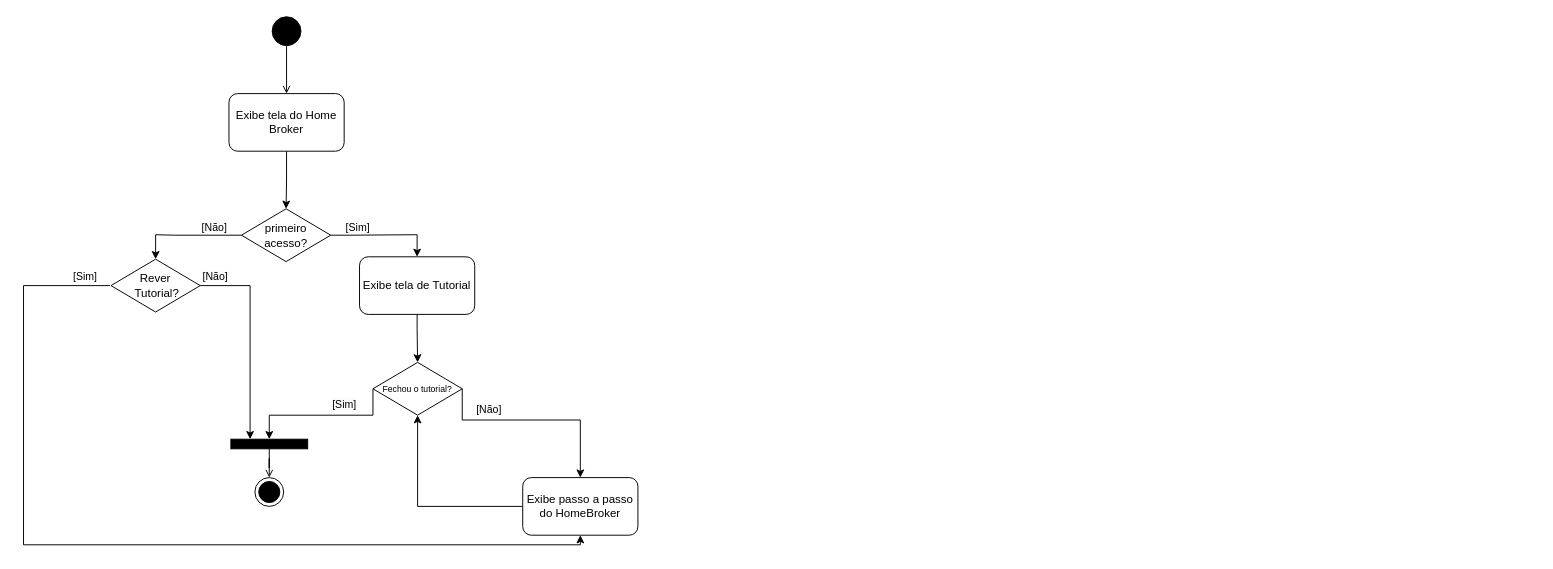
gb-cs-rt/home_broker keeps this draw.io diagram as diagrama_atividades/diagrama_atividades_modulo_tutorial.drawio. Above is the earlier version. Source tidied: cells renumbered, new cells numbered last; positions are measured from the earlier drawing's top-left corner, leaving out a move shared by most shapes. Both pictures are drawn from the tidied source at 96%, with x=0, y=0 at pixel (23, 16).
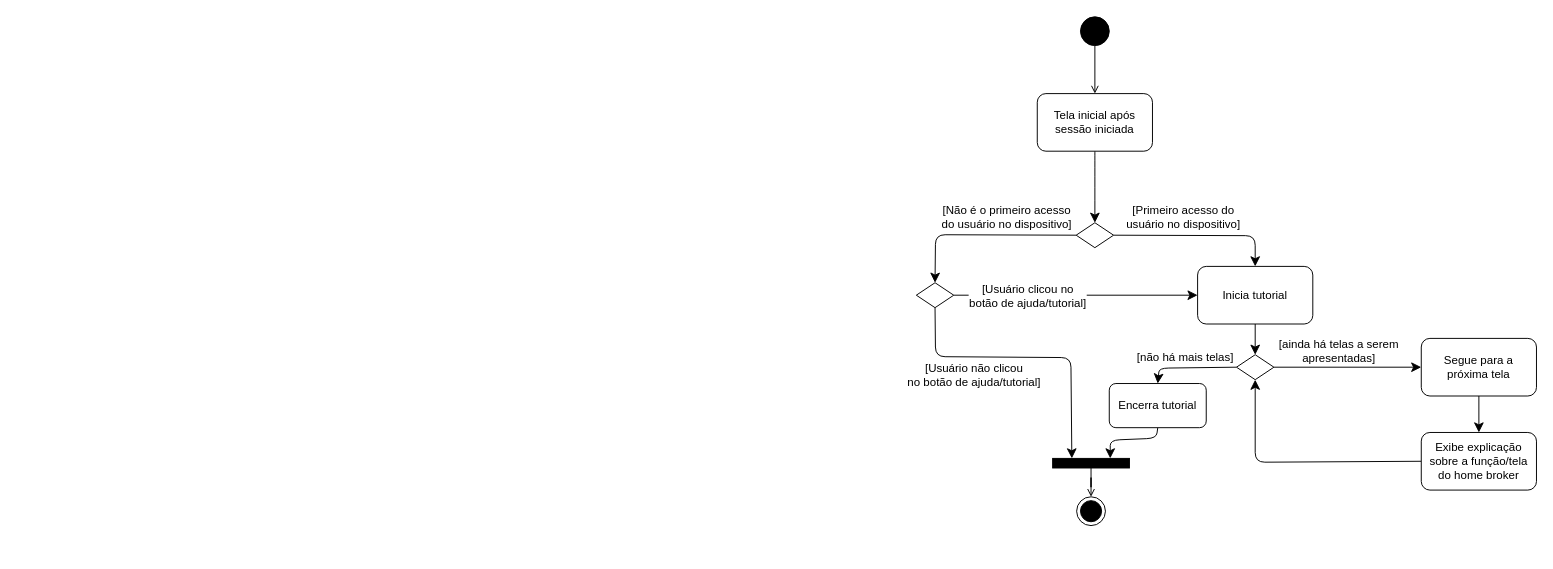
The same page after the edit.

Commit message (it also covers changes not shown here):
diagrama atividades ordem e tutorial atualizados

Change to the diagram source:
```diff
@@
-    <mxCell id="2" style="edgeStyle=orthogonalEdgeStyle;rounded=0;jettySize=auto;html=1;entryX=0.5;entryY=0;entryDx=0;entryDy=0;endArrow=open;endFill=0;" parent="1" edge="1" source="3" target="6">
-      <mxGeometry relative="1" as="geometry" />
-    </mxCell>
-    <mxCell id="3" style="ellipse;whiteSpace=wrap;html=1;fillColor=#000000;" parent="1" vertex="1">
-      <mxGeometry x="259" width="30" height="30" as="geometry" />
-    </mxCell>
-    <mxCell id="4" style="edgeStyle=orthogonalEdgeStyle;rounded=0;jettySize=auto;html=1;exitX=0.5;exitY=1;exitDx=0;exitDy=0;entryX=0.5;entryY=0;entryDx=0;entryDy=0;" parent="1" edge="1" source="7" target="12">
-      <mxGeometry relative="1" as="geometry">
-        <Array as="points">
-          <mxPoint x="410" y="325" />
-        </Array>
-      </mxGeometry>
-    </mxCell>
-    <mxCell id="5" style="edgeStyle=orthogonalEdgeStyle;rounded=0;jettySize=auto;html=1;exitX=0.5;exitY=1;exitDx=0;exitDy=0;entryX=0.5;entryY=0;entryDx=0;entryDy=0;" parent="1" edge="1" source="6" target="14">
-      <mxGeometry relative="1" as="geometry" />
-    </mxCell>
-    <mxCell id="6" value="Exibe tela do Home Broker" style="rounded=1;whiteSpace=wrap;html=1;" parent="1" vertex="1">
-      <mxGeometry x="214" y="80" width="120" height="60" as="geometry" />
-    </mxCell>
-    <mxCell id="7" value="Exibe tela de Tutorial" style="rounded=1;whiteSpace=wrap;html=1;" parent="1" vertex="1">
-      <mxGeometry x="350" y="250" width="120" height="60" as="geometry" />
-    </mxCell>
-    <mxCell id="8" style="edgeStyle=orthogonalEdgeStyle;rounded=0;jettySize=auto;html=1;entryX=0.5;entryY=0;entryDx=0;entryDy=0;endArrow=open;endFill=0;" parent="1" edge="1" source="9" target="10">
-      <mxGeometry relative="1" as="geometry" />
-    </mxCell>
-    <mxCell id="9" style="rounded=0;whiteSpace=wrap;html=1;fillColor=#000000;" parent="1" vertex="1">
-      <mxGeometry x="216" y="440" width="80" height="10" as="geometry" />
-    </mxCell>
-    <mxCell id="10" style="ellipse;html=1;shape=endState;fillColor=#000000;strokeColor=#000000;" parent="1" vertex="1">
-      <mxGeometry x="241" y="480" width="30" height="30" as="geometry" />
-    </mxCell>
-    <mxCell id="11" style="edgeStyle=orthogonalEdgeStyle;rounded=0;jettySize=auto;html=1;exitX=0;exitY=0.5;exitDx=0;exitDy=0;entryX=0.5;entryY=0;entryDx=0;entryDy=0;" parent="1" edge="1" source="12" target="9">
-      <mxGeometry relative="1" as="geometry">
-        <Array as="points">
-          <mxPoint x="364" y="415" />
-          <mxPoint x="256" y="415" />
-        </Array>
-      </mxGeometry>
-    </mxCell>
-    <mxCell id="12" value="&lt;div style=&quot;font-size: 9px;&quot;&gt;Fechou o tutorial?&lt;/div&gt;" style="rhombus;whiteSpace=wrap;html=1;" parent="1" vertex="1">
-      <mxGeometry x="364" y="360" width="93" height="55" as="geometry" />
-    </mxCell>
-    <mxCell id="13" style="edgeStyle=orthogonalEdgeStyle;rounded=0;jettySize=auto;html=1;exitX=1;exitY=0.5;exitDx=0;exitDy=0;entryX=0.5;entryY=0;entryDx=0;entryDy=0;" parent="1" edge="1" source="14" target="7">
-      <mxGeometry relative="1" as="geometry">
-        <Array as="points">
-          <mxPoint x="340" y="227" />
-          <mxPoint x="430" y="227" />
-        </Array>
-      </mxGeometry>
-    </mxCell>
-    <mxCell id="14" value="primeiro acesso?" style="rhombus;whiteSpace=wrap;html=1;" parent="1" vertex="1">
-      <mxGeometry x="227" y="200" width="93" height="55" as="geometry" />
-    </mxCell>
-    <mxCell id="15" value="&lt;span style=&quot;color: rgb(0, 0, 0); font-family: Helvetica; font-size: 11px; font-style: normal; font-variant-ligatures: normal; font-variant-caps: normal; font-weight: 400; letter-spacing: normal; orphans: 2; text-align: center; text-indent: 0px; text-transform: none; widows: 2; word-spacing: 0px; -webkit-text-stroke-width: 0px; white-space: nowrap; background-color: rgb(251, 251, 251); text-decoration-thickness: initial; text-decoration-style: initial; text-decoration-color: initial; display: inline !important; float: none;&quot;&gt;[Sim]&lt;/span&gt;" style="text;whiteSpace=wrap;html=1;" parent="1" vertex="1">
-      <mxGeometry x="334" y="206" width="30" height="20" as="geometry" />
-    </mxCell>
-    <mxCell id="16" style="edgeStyle=orthogonalEdgeStyle;rounded=0;jettySize=auto;html=1;exitX=1;exitY=0.5;exitDx=0;exitDy=0;entryX=0.25;entryY=0;entryDx=0;entryDy=0;" parent="1" edge="1" source="19" target="9">
-      <mxGeometry relative="1" as="geometry" />
-    </mxCell>
-    <mxCell id="17" value="&lt;span style=&quot;color: rgb(0, 0, 0); font-family: Helvetica; font-size: 11px; font-style: normal; font-variant-ligatures: normal; font-variant-caps: normal; font-weight: 400; letter-spacing: normal; orphans: 2; text-align: center; text-indent: 0px; text-transform: none; widows: 2; word-spacing: 0px; -webkit-text-stroke-width: 0px; white-space: nowrap; background-color: rgb(251, 251, 251); text-decoration-thickness: initial; text-decoration-style: initial; text-decoration-color: initial; display: inline !important; float: none;&quot;&gt;[Não]&lt;/span&gt;" style="text;whiteSpace=wrap;html=1;" parent="1" vertex="1">
-      <mxGeometry x="184" y="206" width="30" height="20" as="geometry" />
-    </mxCell>
-    <mxCell id="18" style="edgeStyle=orthogonalEdgeStyle;rounded=0;jettySize=auto;html=1;exitX=0;exitY=0.5;exitDx=0;exitDy=0;entryX=0.5;entryY=0;entryDx=0;entryDy=0;" parent="1" edge="1" source="14" target="19">
-      <mxGeometry relative="1" as="geometry">
-        <Array as="points">
-          <mxPoint x="157" y="227" />
-          <mxPoint x="147" y="227" />
-        </Array>
-      </mxGeometry>
-    </mxCell>
-    <mxCell id="19" value="Rever&lt;div&gt;&amp;nbsp;Tutorial?&lt;/div&gt;" style="rhombus;whiteSpace=wrap;html=1;" parent="1" vertex="1">
-      <mxGeometry x="91.1" y="252.5" width="93" height="55" as="geometry" />
-    </mxCell>
-    <mxCell id="20" value="&lt;span style=&quot;color: rgb(0, 0, 0); font-family: Helvetica; font-size: 11px; font-style: normal; font-variant-ligatures: normal; font-variant-caps: normal; font-weight: 400; letter-spacing: normal; orphans: 2; text-align: center; text-indent: 0px; text-transform: none; widows: 2; word-spacing: 0px; -webkit-text-stroke-width: 0px; white-space: nowrap; background-color: rgb(251, 251, 251); text-decoration-thickness: initial; text-decoration-style: initial; text-decoration-color: initial; display: inline !important; float: none;&quot;&gt;[Não]&lt;/span&gt;" style="text;whiteSpace=wrap;html=1;" parent="1" vertex="1">
-      <mxGeometry x="185" y="257" width="30" height="20" as="geometry" />
-    </mxCell>
-    <mxCell id="21" value="&lt;span style=&quot;font-size: 11px; text-align: center; text-wrap: nowrap;&quot;&gt;[Sim]&lt;/span&gt;" style="text;whiteSpace=wrap;html=1;" parent="1" vertex="1">
-      <mxGeometry x="50" y="257" width="30" height="20" as="geometry" />
-    </mxCell>
-    <mxCell id="22" style="edgeStyle=orthogonalEdgeStyle;rounded=0;jettySize=auto;html=1;entryX=0.5;entryY=1;entryDx=0;entryDy=0;" parent="1" edge="1" target="27">
-      <mxGeometry relative="1" as="geometry">
-        <mxPoint x="90" y="280" as="sourcePoint" />
-        <Array as="points">
-          <mxPoint y="280" />
-          <mxPoint y="550" />
-          <mxPoint x="580" y="550" />
-        </Array>
-      </mxGeometry>
-    </mxCell>
-    <mxCell id="23" value="&lt;span style=&quot;color: rgb(0, 0, 0); font-family: Helvetica; font-size: 11px; font-style: normal; font-variant-ligatures: normal; font-variant-caps: normal; font-weight: 400; letter-spacing: normal; orphans: 2; text-align: center; text-indent: 0px; text-transform: none; widows: 2; word-spacing: 0px; -webkit-text-stroke-width: 0px; white-space: nowrap; background-color: rgb(251, 251, 251); text-decoration-thickness: initial; text-decoration-style: initial; text-decoration-color: initial; display: inline !important; float: none;&quot;&gt;[Sim]&lt;/span&gt;" style="text;whiteSpace=wrap;html=1;" parent="1" vertex="1">
-      <mxGeometry x="319.9" y="390" width="30" height="20" as="geometry" />
-    </mxCell>
-    <mxCell id="24" value="&lt;span style=&quot;color: rgb(0, 0, 0); font-family: Helvetica; font-size: 11px; font-style: normal; font-variant-ligatures: normal; font-variant-caps: normal; font-weight: 400; letter-spacing: normal; orphans: 2; text-align: center; text-indent: 0px; text-transform: none; widows: 2; word-spacing: 0px; -webkit-text-stroke-width: 0px; white-space: nowrap; background-color: rgb(251, 251, 251); text-decoration-thickness: initial; text-decoration-style: initial; text-decoration-color: initial; display: inline !important; float: none;&quot;&gt;[Não]&lt;/span&gt;" style="text;whiteSpace=wrap;html=1;" parent="1" vertex="1">
-      <mxGeometry x="470" y="395" width="30" height="20" as="geometry" />
-    </mxCell>
-    <mxCell id="25" style="edgeStyle=orthogonalEdgeStyle;rounded=0;jettySize=auto;html=1;exitX=1;exitY=0.5;exitDx=0;exitDy=0;entryX=0.5;entryY=0;entryDx=0;entryDy=0;" parent="1" edge="1" source="12" target="27">
-      <mxGeometry relative="1" as="geometry">
-        <Array as="points">
-          <mxPoint x="457" y="420" />
-          <mxPoint x="580" y="420" />
-        </Array>
-      </mxGeometry>
-    </mxCell>
-    <mxCell id="26" style="edgeStyle=orthogonalEdgeStyle;rounded=0;jettySize=auto;html=1;exitX=0;exitY=0.5;exitDx=0;exitDy=0;entryX=0.5;entryY=1;entryDx=0;entryDy=0;" parent="1" edge="1" source="27" target="12">
-      <mxGeometry relative="1" as="geometry" />
-    </mxCell>
-    <mxCell id="27" value="Exibe passo a passo do HomeBroker" style="rounded=1;whiteSpace=wrap;html=1;" parent="1" vertex="1">
-      <mxGeometry x="520" y="480" width="120" height="60" as="geometry" />
-    </mxCell>
+    <mxCell id="28" style="edgeStyle=orthogonalEdgeStyle;rounded=0;jettySize=auto;html=1;entryX=0.5;entryY=0;entryDx=0;entryDy=0;endArrow=open;endFill=0;" parent="1" edge="1" source="29" target="30">
+      <mxGeometry relative="1" as="geometry" />
+    </mxCell>
+    <mxCell id="29" style="rounded=0;whiteSpace=wrap;html=1;fillColor=#000000;" parent="1" vertex="1">
+      <mxGeometry x="1072" y="460" width="80" height="10" as="geometry" />
+    </mxCell>
+    <mxCell id="30" style="ellipse;html=1;shape=endState;fillColor=#000000;strokeColor=#000000;" parent="1" vertex="1">
+      <mxGeometry x="1097" y="500" width="30" height="30" as="geometry" />
+    </mxCell>
+    <mxCell id="31" style="edgeStyle=orthogonalEdgeStyle;rounded=0;jettySize=auto;html=1;entryX=0.5;entryY=0;entryDx=0;entryDy=0;endArrow=open;endFill=0;" parent="1" edge="1" source="32" target="34">
+      <mxGeometry relative="1" as="geometry" />
+    </mxCell>
+    <mxCell id="32" style="ellipse;whiteSpace=wrap;html=1;fillColor=#000000;" parent="1" vertex="1">
+      <mxGeometry x="1101" width="30" height="30" as="geometry" />
+    </mxCell>
+    <mxCell id="33" style="edgeStyle=none;curved=1;rounded=0;jettySize=auto;html=1;exitX=0.5;exitY=1;exitDx=0;exitDy=0;entryX=0.5;entryY=0;entryDx=0;entryDy=0;fontSize=12;startSize=8;endSize=8;" parent="1" edge="1" source="34" target="39">
+      <mxGeometry relative="1" as="geometry" />
+    </mxCell>
+    <mxCell id="34" value="Tela inicial após sessão iniciada" style="rounded=1;whiteSpace=wrap;html=1;" parent="1" vertex="1">
+      <mxGeometry x="1056" y="80" width="120" height="60" as="geometry" />
+    </mxCell>
+    <mxCell id="35" style="edgeStyle=none;curved=0;rounded=1;jettySize=auto;html=1;exitX=0;exitY=0.5;exitDx=0;exitDy=0;entryX=0.5;entryY=0;entryDx=0;entryDy=0;fontSize=12;startSize=8;endSize=8;" parent="1" edge="1" source="39" target="44">
+      <mxGeometry relative="1" as="geometry">
+        <Array as="points">
+          <mxPoint x="950" y="227" />
+        </Array>
+      </mxGeometry>
+    </mxCell>
+    <mxCell id="36" value="[Não é o primeiro acesso&lt;div&gt;do usuário no dispositivo]&lt;/div&gt;" style="edgeLabel;html=1;align=center;verticalAlign=middle;fontSize=12;fontFamily=Helvetica;fontColor=default;labelBackgroundColor=default;" parent="35" vertex="1">
+      <mxGeometry x="-0.3" y="-1" relative="1" as="geometry">
+        <mxPoint x="-4" y="-18" as="offset" />
+      </mxGeometry>
+    </mxCell>
+    <mxCell id="37" style="edgeStyle=none;shape=connector;curved=0;rounded=1;jettySize=auto;html=1;exitX=1;exitY=0.5;exitDx=0;exitDy=0;entryX=0.5;entryY=0;entryDx=0;entryDy=0;strokeColor=default;align=center;verticalAlign=middle;fontFamily=Helvetica;fontSize=12;fontColor=default;labelBackgroundColor=default;startSize=8;endArrow=classic;endSize=8;" parent="1" edge="1" source="39" target="46">
+      <mxGeometry relative="1" as="geometry">
+        <Array as="points">
+          <mxPoint x="1283" y="228" />
+        </Array>
+      </mxGeometry>
+    </mxCell>
+    <mxCell id="38" value="[Primeiro acesso do&lt;div&gt;usuário no dispositivo]&lt;/div&gt;" style="edgeLabel;html=1;align=center;verticalAlign=middle;fontSize=12;fontFamily=Helvetica;fontColor=default;labelBackgroundColor=default;" parent="37" vertex="1">
+      <mxGeometry x="-0.26" y="1" relative="1" as="geometry">
+        <mxPoint x="6" y="-18" as="offset" />
+      </mxGeometry>
+    </mxCell>
+    <mxCell id="39" style="rhombus;whiteSpace=wrap;html=1;" parent="1" vertex="1">
+      <mxGeometry x="1096.5" y="214.5" width="39" height="26" as="geometry" />
+    </mxCell>
+    <mxCell id="40" style="edgeStyle=none;shape=connector;curved=0;rounded=1;jettySize=auto;html=1;exitX=0.5;exitY=1;exitDx=0;exitDy=0;entryX=0.25;entryY=0;entryDx=0;entryDy=0;strokeColor=default;align=center;verticalAlign=middle;fontFamily=Helvetica;fontSize=12;fontColor=default;labelBackgroundColor=default;startSize=8;endArrow=classic;endSize=8;" parent="1" edge="1" source="44" target="29">
+      <mxGeometry relative="1" as="geometry">
+        <Array as="points">
+          <mxPoint x="950" y="354" />
+          <mxPoint x="1091" y="355" />
+        </Array>
+      </mxGeometry>
+    </mxCell>
+    <mxCell id="41" value="[Usuário não clicou&lt;div&gt;no botão de ajuda/tutorial]&lt;/div&gt;" style="edgeLabel;html=1;align=center;verticalAlign=middle;fontSize=12;fontFamily=Helvetica;fontColor=default;labelBackgroundColor=default;" parent="40" vertex="1">
+      <mxGeometry x="-0.51" y="-1" relative="1" as="geometry">
+        <mxPoint x="18" y="17" as="offset" />
+      </mxGeometry>
+    </mxCell>
+    <mxCell id="42" style="edgeStyle=none;shape=connector;curved=0;rounded=1;jettySize=auto;html=1;exitX=1;exitY=0.5;exitDx=0;exitDy=0;entryX=0;entryY=0.5;entryDx=0;entryDy=0;strokeColor=default;align=center;verticalAlign=middle;fontFamily=Helvetica;fontSize=12;fontColor=default;labelBackgroundColor=default;startSize=8;endArrow=classic;endSize=8;" parent="1" edge="1" source="44" target="46">
+      <mxGeometry relative="1" as="geometry" />
+    </mxCell>
+    <mxCell id="43" value="[Usuário clicou no&lt;div&gt;botão de ajuda/tutorial]&lt;/div&gt;" style="edgeLabel;html=1;align=center;verticalAlign=middle;fontSize=12;fontFamily=Helvetica;fontColor=default;labelBackgroundColor=default;" parent="42" vertex="1">
+      <mxGeometry x="-0.42" relative="1" as="geometry">
+        <mxPoint x="2" as="offset" />
+      </mxGeometry>
+    </mxCell>
+    <mxCell id="44" style="rhombus;whiteSpace=wrap;html=1;" parent="1" vertex="1">
+      <mxGeometry x="930" y="277" width="39" height="26" as="geometry" />
+    </mxCell>
+    <mxCell id="45" style="edgeStyle=none;shape=connector;curved=0;rounded=1;jettySize=auto;html=1;exitX=0.5;exitY=1;exitDx=0;exitDy=0;entryX=0.5;entryY=0;entryDx=0;entryDy=0;strokeColor=default;align=center;verticalAlign=middle;fontFamily=Helvetica;fontSize=12;fontColor=default;labelBackgroundColor=default;startSize=8;endArrow=classic;endSize=8;" parent="1" edge="1" source="46" target="52">
+      <mxGeometry relative="1" as="geometry" />
+    </mxCell>
+    <mxCell id="46" value="Inicia tutorial" style="rounded=1;whiteSpace=wrap;html=1;" parent="1" vertex="1">
+      <mxGeometry x="1223" y="260" width="120" height="60" as="geometry" />
+    </mxCell>
+    <mxCell id="47" style="edgeStyle=none;shape=connector;curved=0;rounded=1;jettySize=auto;html=1;exitX=0;exitY=0.5;exitDx=0;exitDy=0;entryX=0.5;entryY=1;entryDx=0;entryDy=0;strokeColor=default;align=center;verticalAlign=middle;fontFamily=Helvetica;fontSize=12;fontColor=default;labelBackgroundColor=default;startSize=8;endArrow=classic;endSize=8;" parent="1" edge="1" source="48" target="52">
+      <mxGeometry relative="1" as="geometry">
+        <Array as="points">
+          <mxPoint x="1283" y="464" />
+        </Array>
+      </mxGeometry>
+    </mxCell>
+    <mxCell id="48" value="Exibe explicação&lt;div&gt;sobre a função/tela&lt;/div&gt;&lt;div&gt;do home broker&lt;/div&gt;" style="rounded=1;whiteSpace=wrap;html=1;" parent="1" vertex="1">
+      <mxGeometry x="1456" y="433" width="120" height="60" as="geometry" />
+    </mxCell>
+    <mxCell id="49" style="edgeStyle=none;shape=connector;curved=0;rounded=1;jettySize=auto;html=1;exitX=1;exitY=0.5;exitDx=0;exitDy=0;entryX=0;entryY=0.5;entryDx=0;entryDy=0;strokeColor=default;align=center;verticalAlign=middle;fontFamily=Helvetica;fontSize=12;fontColor=default;labelBackgroundColor=default;startSize=8;endArrow=classic;endSize=8;" parent="1" edge="1" source="52" target="54">
+      <mxGeometry relative="1" as="geometry" />
+    </mxCell>
+    <mxCell id="50" value="[ainda há telas a serem&lt;div&gt;apresentadas]&lt;/div&gt;" style="edgeLabel;html=1;align=center;verticalAlign=middle;fontSize=12;fontFamily=Helvetica;fontColor=default;labelBackgroundColor=default;" parent="49" vertex="1">
+      <mxGeometry x="-0.22" y="-1" relative="1" as="geometry">
+        <mxPoint x="7" y="-19" as="offset" />
+      </mxGeometry>
+    </mxCell>
+    <mxCell id="51" style="edgeStyle=none;shape=connector;curved=0;rounded=1;jettySize=auto;html=1;exitX=0;exitY=0.5;exitDx=0;exitDy=0;entryX=0.5;entryY=0;entryDx=0;entryDy=0;strokeColor=default;align=center;verticalAlign=middle;fontFamily=Helvetica;fontSize=12;fontColor=default;labelBackgroundColor=default;startSize=8;endArrow=classic;endSize=8;" parent="1" edge="1" source="52" target="56">
+      <mxGeometry relative="1" as="geometry">
+        <Array as="points">
+          <mxPoint x="1183" y="366" />
+        </Array>
+      </mxGeometry>
+    </mxCell>
+    <mxCell id="52" style="rhombus;whiteSpace=wrap;html=1;" parent="1" vertex="1">
+      <mxGeometry x="1263.5" y="352" width="39" height="26" as="geometry" />
+    </mxCell>
+    <mxCell id="53" style="edgeStyle=none;shape=connector;curved=0;rounded=1;jettySize=auto;html=1;exitX=0.5;exitY=1;exitDx=0;exitDy=0;entryX=0.5;entryY=0;entryDx=0;entryDy=0;strokeColor=default;align=center;verticalAlign=middle;fontFamily=Helvetica;fontSize=12;fontColor=default;labelBackgroundColor=default;startSize=8;endArrow=classic;endSize=8;" parent="1" edge="1" source="54" target="48">
+      <mxGeometry relative="1" as="geometry" />
+    </mxCell>
+    <mxCell id="54" value="Segue para a próxima tela" style="rounded=1;whiteSpace=wrap;html=1;" parent="1" vertex="1">
+      <mxGeometry x="1456" y="335" width="120" height="60" as="geometry" />
+    </mxCell>
+    <mxCell id="55" style="edgeStyle=none;shape=connector;curved=0;rounded=1;jettySize=auto;html=1;exitX=0.5;exitY=1;exitDx=0;exitDy=0;entryX=0.75;entryY=0;entryDx=0;entryDy=0;strokeColor=default;align=center;verticalAlign=middle;fontFamily=Helvetica;fontSize=12;fontColor=default;labelBackgroundColor=default;startSize=8;endArrow=classic;endSize=8;" parent="1" edge="1" source="56" target="29">
+      <mxGeometry relative="1" as="geometry">
+        <Array as="points">
+          <mxPoint x="1180" y="439" />
+          <mxPoint x="1132" y="441" />
+        </Array>
+      </mxGeometry>
+    </mxCell>
+    <mxCell id="56" value="Encerra tutorial" style="rounded=1;whiteSpace=wrap;html=1;" parent="1" vertex="1">
+      <mxGeometry x="1131" y="382" width="101" height="46" as="geometry" />
+    </mxCell>
+    <mxCell id="57" value="[não há mais telas]" style="edgeLabel;html=1;align=center;verticalAlign=middle;fontSize=12;fontFamily=Helvetica;fontColor=default;labelBackgroundColor=default;" parent="1" vertex="1">
+      <mxGeometry x="1209" y="354" as="geometry" />
+    </mxCell>
```
